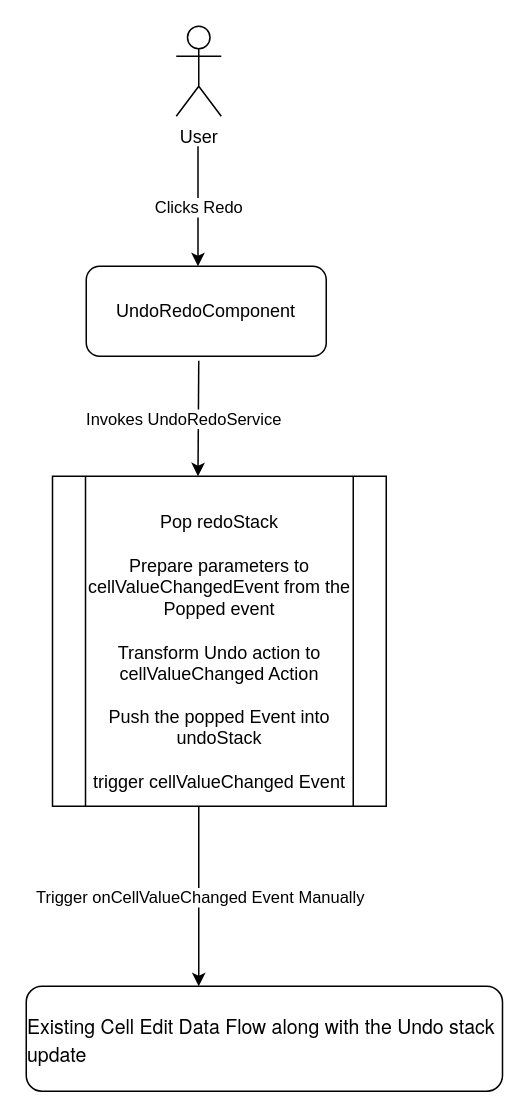
The draw.io diagram Untitled Diagram.drawio in chitraflorid/123-Essential-JavaScript-Interview-Questions, before the edit. Source tidied: cells renumbered, new cells numbered last; positions are measured from the earlier drawing's top-left corner, leaving out a move shared by most shapes. Both pictures are drawn from the tidied source at 150%, with x=0, y=0 at pixel (26, 26).
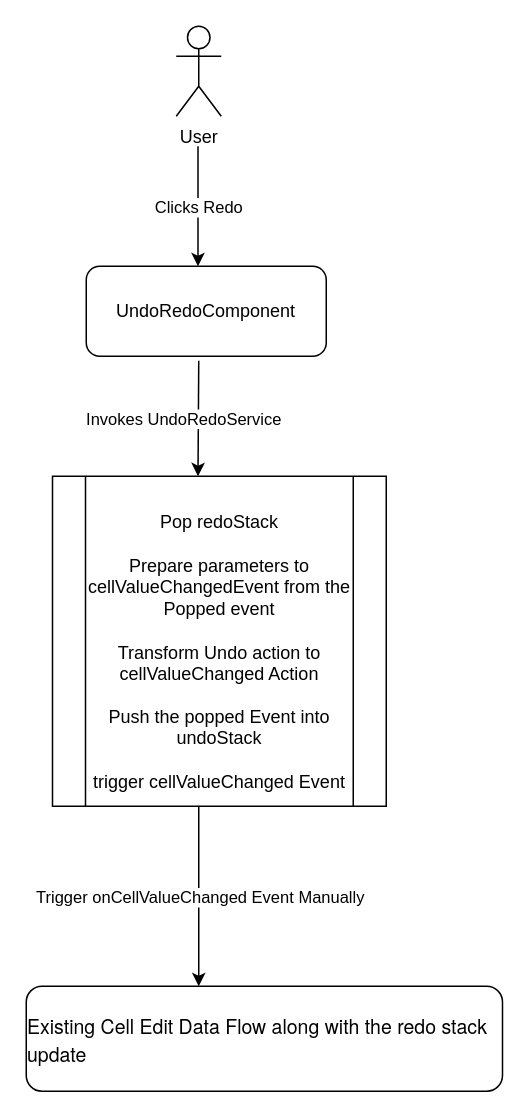
Above is the later version.

Diff of the diagram source:
```diff
@@
 <mxGraphModel>
   <root>
     <mxCell id="0" />
     <mxCell id="1" parent="0" />
     <mxCell id="2" value="User" style="shape=umlActor;verticalLabelPosition=bottom;verticalAlign=top;html=1;" parent="1" vertex="1">
       <mxGeometry x="100" width="30" height="60" as="geometry" />
     </mxCell>
     <mxCell id="3" style="endArrow=classic;html=1;rounded=0;" parent="1" edge="1">
       <mxGeometry relative="1" as="geometry">
         <mxPoint x="114.5" y="80" as="sourcePoint" />
         <mxPoint x="114.5" y="160" as="targetPoint" />
       </mxGeometry>
     </mxCell>
     <mxCell id="4" value="Clicks Redo" style="edgeLabel;html=1;align=center;verticalAlign=middle;" parent="3" vertex="1">
       <mxGeometry relative="1" as="geometry" />
     </mxCell>
     <mxCell id="5" value="UndoRedoComponent" style="rounded=1;whiteSpace=wrap;html=1;" parent="1" vertex="1">
       <mxGeometry x="40" y="160" width="160" height="60" as="geometry" />
     </mxCell>
     <mxCell id="6" style="endArrow=classic;html=1;rounded=0;" parent="1" edge="1">
       <mxGeometry relative="1" as="geometry">
         <mxPoint x="115" y="223" as="sourcePoint" />
         <mxPoint x="114.5" y="300" as="targetPoint" />
       </mxGeometry>
     </mxCell>
     <mxCell id="7" value="Invokes UndoRedoService" style="edgeLabel;html=1;align=center;verticalAlign=middle;" parent="6" vertex="1">
       <mxGeometry relative="1" as="geometry">
         <mxPoint x="-10" as="offset" />
       </mxGeometry>
     </mxCell>
     <mxCell id="8" value="&lt;div&gt;&lt;br&gt;&lt;/div&gt;&lt;div&gt;&lt;br&gt;&lt;/div&gt;&lt;div&gt;&lt;br&gt;&lt;/div&gt;Pop redoStack&lt;div&gt;&lt;br&gt;&lt;/div&gt;&lt;div&gt;Prepare parameters to cellValueChangedEvent from the Popped event&lt;/div&gt;&lt;div&gt;&lt;br&gt;&lt;div&gt;Transform Undo action to cellValueChanged Action&lt;/div&gt;&lt;div&gt;&lt;br&gt;&lt;/div&gt;&lt;div&gt;Push the popped Event into undoStack&lt;br&gt;&lt;br&gt;trigger cellValueChanged Event&lt;br&gt;&lt;br&gt;&lt;br&gt;&lt;/div&gt;&lt;/div&gt;" style="shape=process;whiteSpace=wrap;html=1;backgroundOutline=1;" parent="1" vertex="1">
       <mxGeometry x="17.5" y="300" width="222.5" height="220" as="geometry" />
     </mxCell>
     <mxCell id="9" style="endArrow=classic;html=1;rounded=0;" parent="1" edge="1">
       <mxGeometry relative="1" as="geometry">
         <mxPoint x="115" y="520" as="sourcePoint" />
         <mxPoint x="115" y="640" as="targetPoint" />
       </mxGeometry>
     </mxCell>
     <mxCell id="10" value="Trigger onCellValueChanged Event Manually" style="edgeLabel;html=1;align=center;verticalAlign=middle;" parent="9" vertex="1">
       <mxGeometry relative="1" as="geometry" />
     </mxCell>
-    <mxCell id="11" value="&lt;p style=&quot;margin: 0px; font-variant-numeric: normal; font-variant-east-asian: normal; font-variant-alternates: normal; font-size-adjust: none; font-kerning: auto; font-optical-sizing: auto; font-feature-settings: normal; font-variation-settings: normal; font-variant-position: normal; font-stretch: normal; font-size: 13px; line-height: normal; font-family: &amp;quot;Helvetica Neue&amp;quot;; text-align: start;&quot; class=&quot;p1&quot;&gt;Existing Cell Edit Data Flow along with the Undo stack update&lt;/p&gt;" style="rounded=1;whiteSpace=wrap;html=1;" parent="1" vertex="1">
+    <mxCell id="11" value="&lt;p style=&quot;margin: 0px; font-variant-numeric: normal; font-variant-east-asian: normal; font-variant-alternates: normal; font-size-adjust: none; font-kerning: auto; font-optical-sizing: auto; font-feature-settings: normal; font-variation-settings: normal; font-variant-position: normal; font-stretch: normal; font-size: 13px; line-height: normal; font-family: &amp;quot;Helvetica Neue&amp;quot;; text-align: start;&quot; class=&quot;p1&quot;&gt;Existing Cell Edit Data Flow along with the redo stack update&lt;/p&gt;" style="rounded=1;whiteSpace=wrap;html=1;" parent="1" vertex="1">
       <mxGeometry y="640" width="317.5" height="70" as="geometry" />
     </mxCell>
   </root>
 </mxGraphModel>
```
